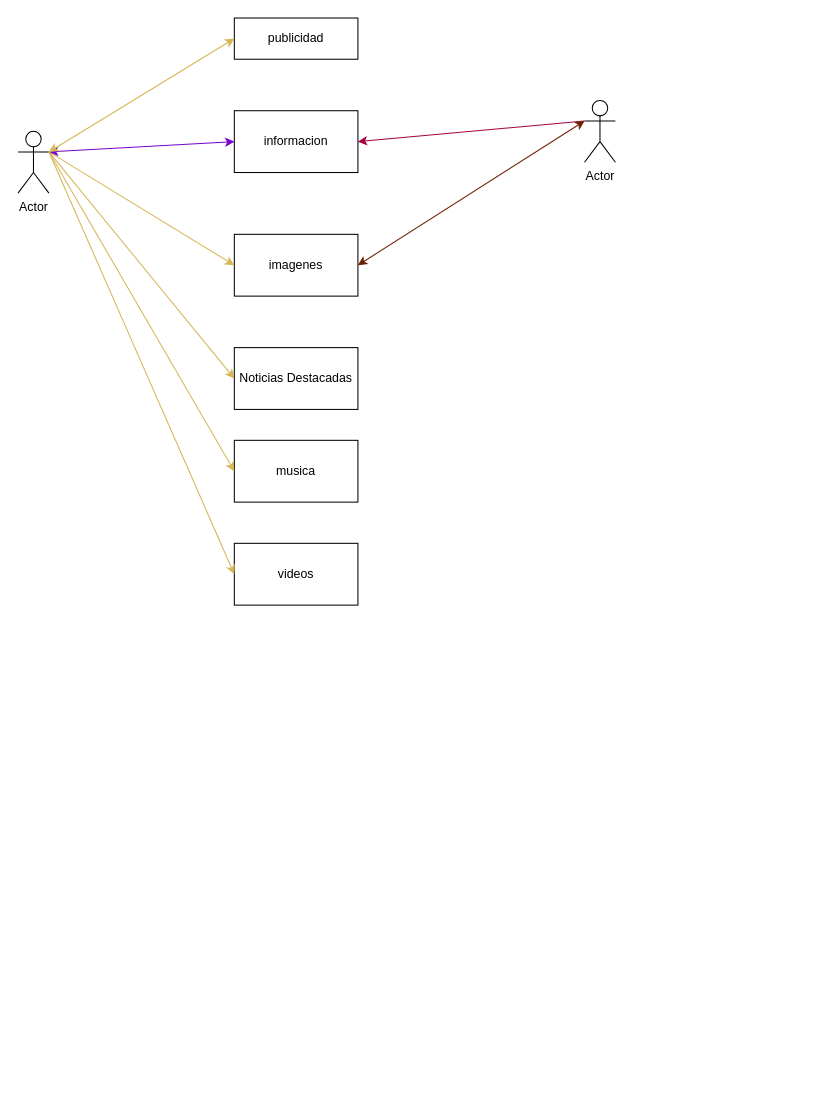
Earlier version of the draw.io diagram proyecto en marcha/proyecto de cuarentena.drawio (RiqueCr/ProyectoCuarentena). Source tidied: cells renumbered, new cells numbered last; positions are measured from the earlier drawing's top-left corner, leaving out a move shared by most shapes. Both pictures are drawn from the tidied source at 103%, with x=0, y=0 at pixel (18, 18).
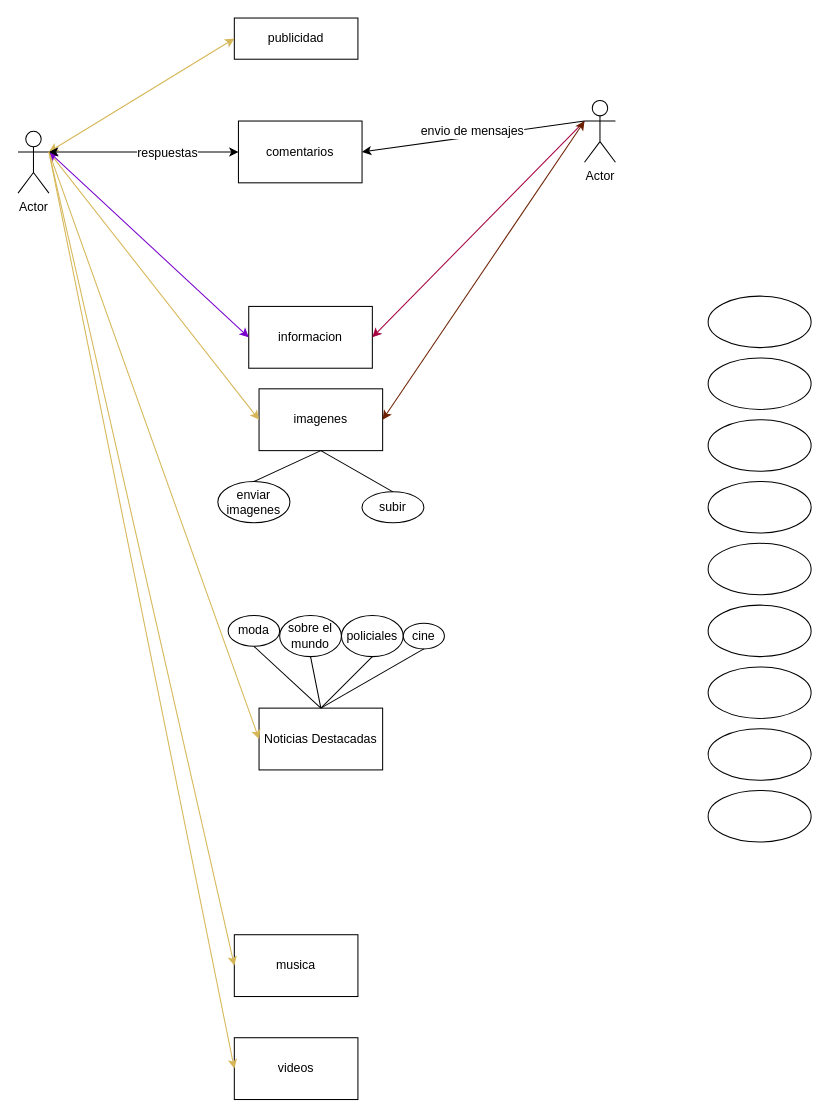
The same diagram, later.

Commit message:
avance de diagrama

The change refers to these unchanged cells:
```xml
<mxCell id="4" value="Actor" style="shape=umlActor;verticalLabelPosition=bottom;labelBackgroundColor=#ffffff;verticalAlign=top;html=1;outlineConnect=0;" parent="1" vertex="1">
  <mxGeometry y="110" width="30" height="60" as="geometry" />
</mxCell>
<mxCell id="5" value="Actor" style="shape=umlActor;verticalLabelPosition=bottom;labelBackgroundColor=#ffffff;verticalAlign=top;html=1;outlineConnect=0;" parent="1" vertex="1">
  <mxGeometry x="550" y="80" width="30" height="60" as="geometry" />
</mxCell>
```

The edit, as a diff of the source:
```diff
@@
     <mxCell id="3" value="imagenes" style="rounded=0;whiteSpace=wrap;html=1;" parent="1" vertex="1">
-      <mxGeometry x="210" y="210" width="120" height="60" as="geometry" />
+      <mxGeometry x="234" y="360" width="120" height="60" as="geometry" />
     </mxCell>
@@
     <mxCell id="6" value="informacion" style="rounded=0;whiteSpace=wrap;html=1;" parent="1" vertex="1">
-      <mxGeometry x="210" y="90" width="120" height="60" as="geometry" />
+      <mxGeometry x="224" y="280" width="120" height="60" as="geometry" />
     </mxCell>
@@
     <mxCell id="12" value="Noticias Destacadas" style="rounded=0;whiteSpace=wrap;html=1;" parent="1" vertex="1">
-      <mxGeometry x="210" y="320" width="120" height="60" as="geometry" />
+      <mxGeometry x="234" y="670" width="120" height="60" as="geometry" />
     </mxCell>
@@
     <mxCell id="14" value="musica" style="rounded=0;whiteSpace=wrap;html=1;" parent="1" vertex="1">
-      <mxGeometry x="210" y="410" width="120" height="60" as="geometry" />
+      <mxGeometry x="210" y="890" width="120" height="60" as="geometry" />
     </mxCell>
@@
     <mxCell id="16" value="videos" style="rounded=0;whiteSpace=wrap;html=1;" parent="1" vertex="1">
-      <mxGeometry x="210" y="510" width="120" height="60" as="geometry" />
+      <mxGeometry x="210" y="990" width="120" height="60" as="geometry" />
     </mxCell>
@@
+    <mxCell id="18" value="sobre el mundo" style="ellipse;whiteSpace=wrap;html=1;" parent="1" vertex="1">
+      <mxGeometry x="254" y="580" width="60" height="40" as="geometry" />
+    </mxCell>
+    <mxCell id="19" style="ellipse;whiteSpace=wrap;html=1;" parent="1" vertex="1">
+      <mxGeometry x="670" y="750" width="100" height="50" as="geometry" />
+    </mxCell>
+    <mxCell id="20" style="ellipse;whiteSpace=wrap;html=1;" parent="1" vertex="1">
+      <mxGeometry x="670" y="690" width="100" height="50" as="geometry" />
+    </mxCell>
+    <mxCell id="21" value="policiales" style="ellipse;whiteSpace=wrap;html=1;" parent="1" vertex="1">
+      <mxGeometry x="314" y="580" width="60" height="40" as="geometry" />
+    </mxCell>
+    <mxCell id="22" style="ellipse;whiteSpace=wrap;html=1;" parent="1" vertex="1">
+      <mxGeometry x="670" y="630" width="100" height="50" as="geometry" />
+    </mxCell>
+    <mxCell id="23" value="moda" style="ellipse;whiteSpace=wrap;html=1;" parent="1" vertex="1">
+      <mxGeometry x="204" y="580" width="50" height="30" as="geometry" />
+    </mxCell>
+    <mxCell id="24" value="cine" style="ellipse;whiteSpace=wrap;html=1;" parent="1" vertex="1">
+      <mxGeometry x="374" y="587.5" width="40" height="25" as="geometry" />
+    </mxCell>
+    <mxCell id="25" style="ellipse;whiteSpace=wrap;html=1;" parent="1" vertex="1">
+      <mxGeometry x="670" y="570" width="100" height="50" as="geometry" />
+    </mxCell>
+    <mxCell id="26" style="ellipse;whiteSpace=wrap;html=1;" parent="1" vertex="1">
+      <mxGeometry x="670" y="510" width="100" height="50" as="geometry" />
+    </mxCell>
+    <mxCell id="27" style="ellipse;whiteSpace=wrap;html=1;" parent="1" vertex="1">
+      <mxGeometry x="670" y="450" width="100" height="50" as="geometry" />
+    </mxCell>
+    <mxCell id="28" style="ellipse;whiteSpace=wrap;html=1;" parent="1" vertex="1">
+      <mxGeometry x="670" y="390" width="100" height="50" as="geometry" />
+    </mxCell>
+    <mxCell id="29" style="ellipse;whiteSpace=wrap;html=1;" parent="1" vertex="1">
+      <mxGeometry x="670" y="330" width="100" height="50" as="geometry" />
+    </mxCell>
+    <mxCell id="30" style="ellipse;whiteSpace=wrap;html=1;" parent="1" vertex="1">
+      <mxGeometry x="670" y="270" width="100" height="50" as="geometry" />
+    </mxCell>
+    <mxCell id="31" value="subir" style="ellipse;whiteSpace=wrap;html=1;" parent="1" vertex="1">
+      <mxGeometry x="334" y="460" width="60" height="30" as="geometry" />
+    </mxCell>
+    <mxCell id="32" value="enviar imagenes" style="ellipse;whiteSpace=wrap;html=1;" parent="1" vertex="1">
+      <mxGeometry x="194" y="450" width="70" height="40" as="geometry" />
+    </mxCell>
+    <mxCell id="33" style="endArrow=none;html=1;exitX=0.5;exitY=0;exitDx=0;exitDy=0;entryX=0.5;entryY=1;entryDx=0;entryDy=0;" parent="1" edge="1" source="12" target="23">
+      <mxGeometry relative="1" as="geometry" />
+    </mxCell>
+    <mxCell id="34" style="endArrow=none;html=1;exitX=0.5;exitY=0;exitDx=0;exitDy=0;entryX=0.5;entryY=1;entryDx=0;entryDy=0;" parent="1" edge="1" source="12" target="18">
+      <mxGeometry relative="1" as="geometry" />
+    </mxCell>
+    <mxCell id="35" style="endArrow=none;html=1;exitX=0.5;exitY=0;exitDx=0;exitDy=0;entryX=0.5;entryY=1;entryDx=0;entryDy=0;" parent="1" edge="1" source="12" target="21">
+      <mxGeometry relative="1" as="geometry" />
+    </mxCell>
+    <mxCell id="36" style="endArrow=none;html=1;exitX=0.5;exitY=0;exitDx=0;exitDy=0;entryX=0.5;entryY=1;entryDx=0;entryDy=0;" parent="1" edge="1" source="12" target="24">
+      <mxGeometry relative="1" as="geometry" />
+    </mxCell>
+    <mxCell id="37" style="endArrow=none;html=1;exitX=0.5;exitY=0;exitDx=0;exitDy=0;entryX=0.5;entryY=1;entryDx=0;entryDy=0;" parent="1" edge="1" source="32" target="3">
+      <mxGeometry relative="1" as="geometry" />
+    </mxCell>
+    <mxCell id="38" style="endArrow=none;html=1;exitX=0.5;exitY=0;exitDx=0;exitDy=0;entryX=0.5;entryY=1;entryDx=0;entryDy=0;" parent="1" edge="1" source="31" target="3">
+      <mxGeometry relative="1" as="geometry" />
+    </mxCell>
+    <mxCell id="39" value="comentarios" style="rounded=0;whiteSpace=wrap;html=1;" parent="1" vertex="1">
+      <mxGeometry x="214" y="100" width="120" height="60" as="geometry" />
+    </mxCell>
+    <mxCell id="40" style="endArrow=classic;html=1;entryX=1;entryY=0.5;entryDx=0;entryDy=0;exitX=0;exitY=0.3333333333333333;exitDx=0;exitDy=0;exitPerimeter=0;" parent="1" edge="1" source="5" target="39">
+      <mxGeometry relative="1" as="geometry" />
+    </mxCell>
+    <mxCell id="41" value="envio de mensajes" style="text;html=1;align=center;verticalAlign=middle;labelBackgroundColor=#ffffff;" parent="40" vertex="1">
+      <mxGeometry x="0.44" y="1" relative="1" as="geometry">
+        <mxPoint x="45.4" y="-12.6" as="offset" />
+      </mxGeometry>
+    </mxCell>
+    <mxCell id="42" style="endArrow=classic;startArrow=classic;html=1;exitX=1;exitY=0.3333333333333333;exitDx=0;exitDy=0;exitPerimeter=0;entryX=0;entryY=0.5;entryDx=0;entryDy=0;" parent="1" edge="1" source="4" target="39">
+      <mxGeometry relative="1" as="geometry" />
+    </mxCell>
+    <mxCell id="43" value="respuestas" style="text;html=1;align=center;verticalAlign=middle;labelBackgroundColor=#ffffff;" parent="42" vertex="1">
+      <mxGeometry x="0.24" relative="1" as="geometry" />
+    </mxCell>
```
